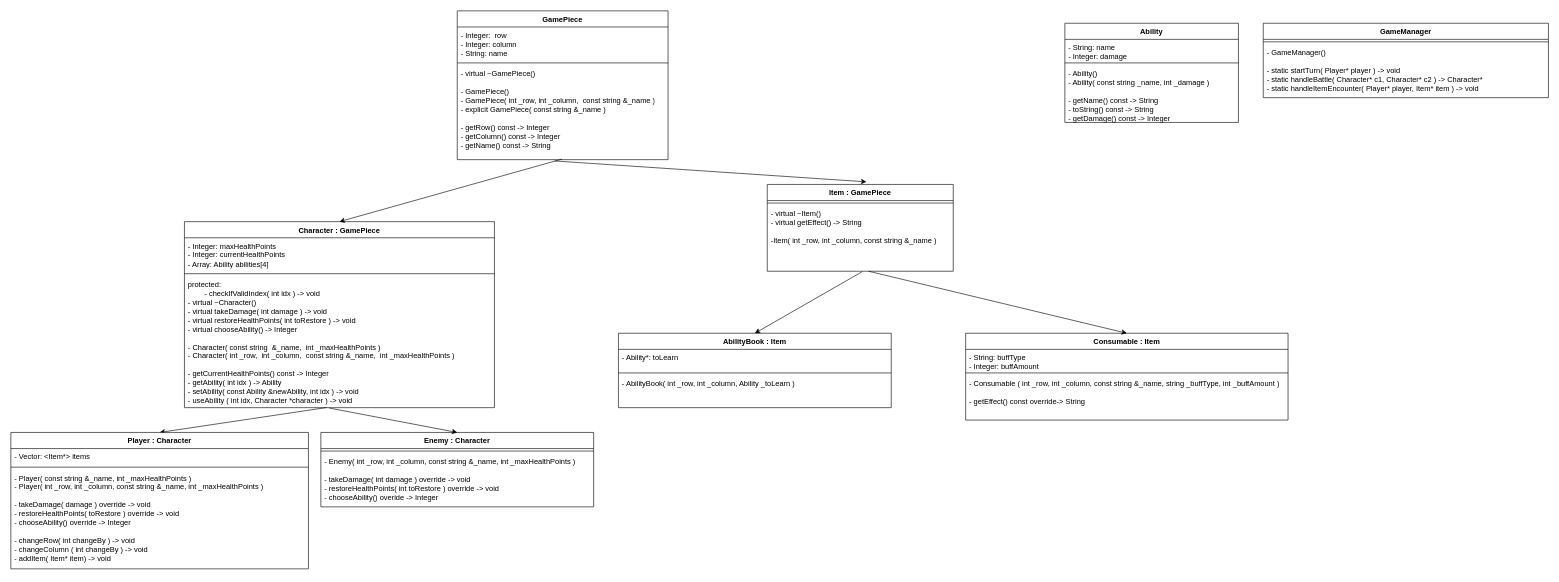
Earlier version of the draw.io diagram cli_game.drawio (klovelace21/cli_game). Source tidied: cells renumbered, new cells numbered last; positions are measured from the earlier drawing's top-left corner, leaving out a move shared by most shapes. Both pictures are drawn from the tidied source at 62%, with x=0, y=0 at pixel (11, 11).
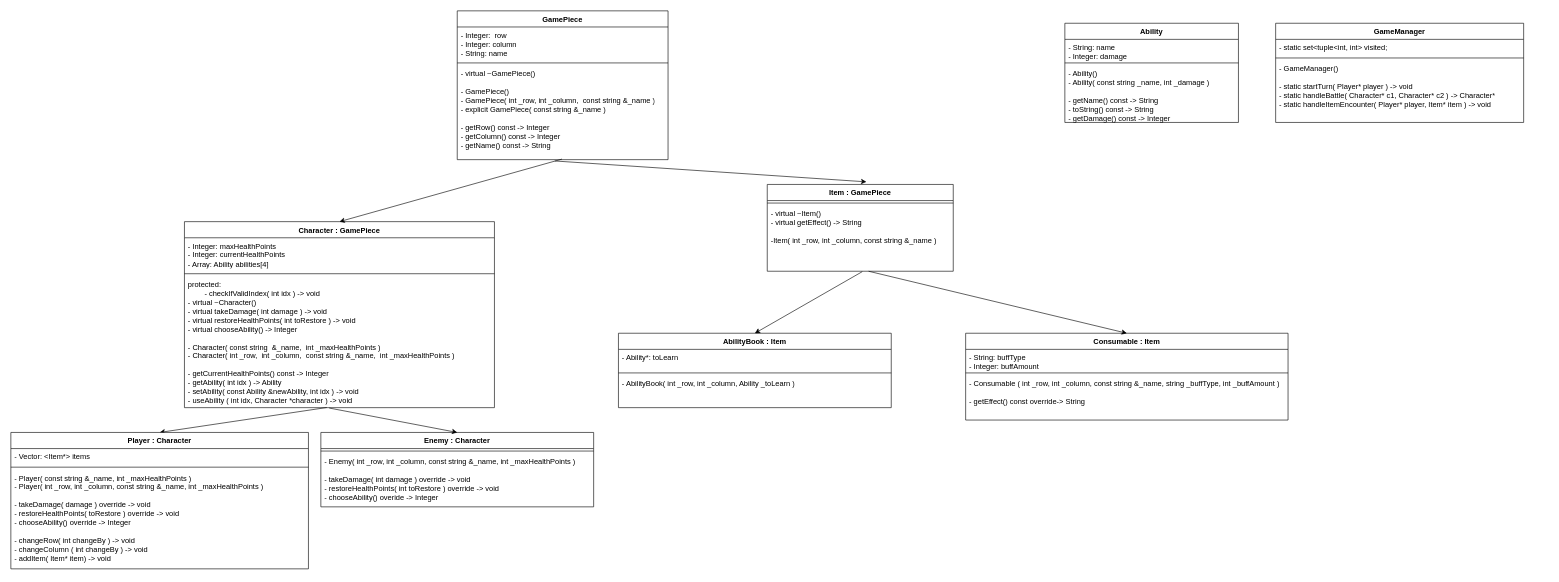
After the change.

Commit message (it also covers changes not shown here):
visited GameManager variable init

The edit, as a diff of the source:
```diff
@@
     <mxCell id="38" value="GameManager" style="swimlane;fontStyle=1;align=center;verticalAlign=top;horizontal=1;startSize=26;whiteSpace=wrap;html=1;" parent="1" vertex="1">
-      <mxGeometry x="2020" y="20" width="460" height="120" as="geometry" />
+      <mxGeometry x="2040" y="20" width="400" height="160" as="geometry" />
     </mxCell>
-    <mxCell id="39" style="line;strokeWidth=1;fillColor=none;align=left;verticalAlign=middle;spacingTop=-1;spacingLeft=3;spacingRight=3;labelPosition=right;strokeColor=inherit;" parent="38" vertex="1">
-      <mxGeometry y="26" width="460" height="8" as="geometry" />
-    </mxCell>
+    <mxCell id="41" value="- static set&amp;lt;tuple&amp;lt;int, int&amp;gt; visited;" style="text;strokeColor=none;fillColor=none;align=left;verticalAlign=top;spacingLeft=4;spacingRight=4;overflow=hidden;whiteSpace=wrap;html=1;" parent="38" vertex="1">
+      <mxGeometry y="26" width="400" height="26" as="geometry" />
+    </mxCell>
+    <mxCell id="42" style="line;strokeWidth=1;fillColor=none;align=left;verticalAlign=middle;spacingTop=-1;spacingLeft=3;spacingRight=3;labelPosition=right;strokeColor=inherit;" parent="38" vertex="1">
+      <mxGeometry y="52" width="400" height="8" as="geometry" />
+    </mxCell>
-    <mxCell id="40" value="- GameManager()&lt;br&gt;&lt;br&gt;- static startTurn( Player* player ) -&amp;gt; void&lt;br&gt;- static handleBattle( Character* c1, Character* c2 ) -&amp;gt; Character*&lt;br&gt;- static handleItemEncounter( Player* player, Item* item ) -&amp;gt; void" style="text;strokeColor=none;fillColor=none;align=left;verticalAlign=top;spacingLeft=4;spacingRight=4;overflow=hidden;whiteSpace=wrap;html=1;" parent="38" vertex="1">
-      <mxGeometry y="34" width="460" height="86" as="geometry" />
+    <mxCell id="40" value="- GameManager()&lt;br style=&quot;border-color: var(--border-color);&quot;&gt;&lt;br style=&quot;border-color: var(--border-color);&quot;&gt;- static startTurn( Player* player ) -&amp;gt; void&lt;br style=&quot;border-color: var(--border-color);&quot;&gt;- static handleBattle( Character* c1, Character* c2 ) -&amp;gt; Character*&lt;br style=&quot;border-color: var(--border-color);&quot;&gt;- static handleItemEncounter( Player* player, Item* item ) -&amp;gt; void" style="text;strokeColor=none;fillColor=none;align=left;verticalAlign=top;spacingLeft=4;spacingRight=4;overflow=hidden;whiteSpace=wrap;html=1;" parent="38" vertex="1">
+      <mxGeometry y="60" width="400" height="100" as="geometry" />
     </mxCell>
```
